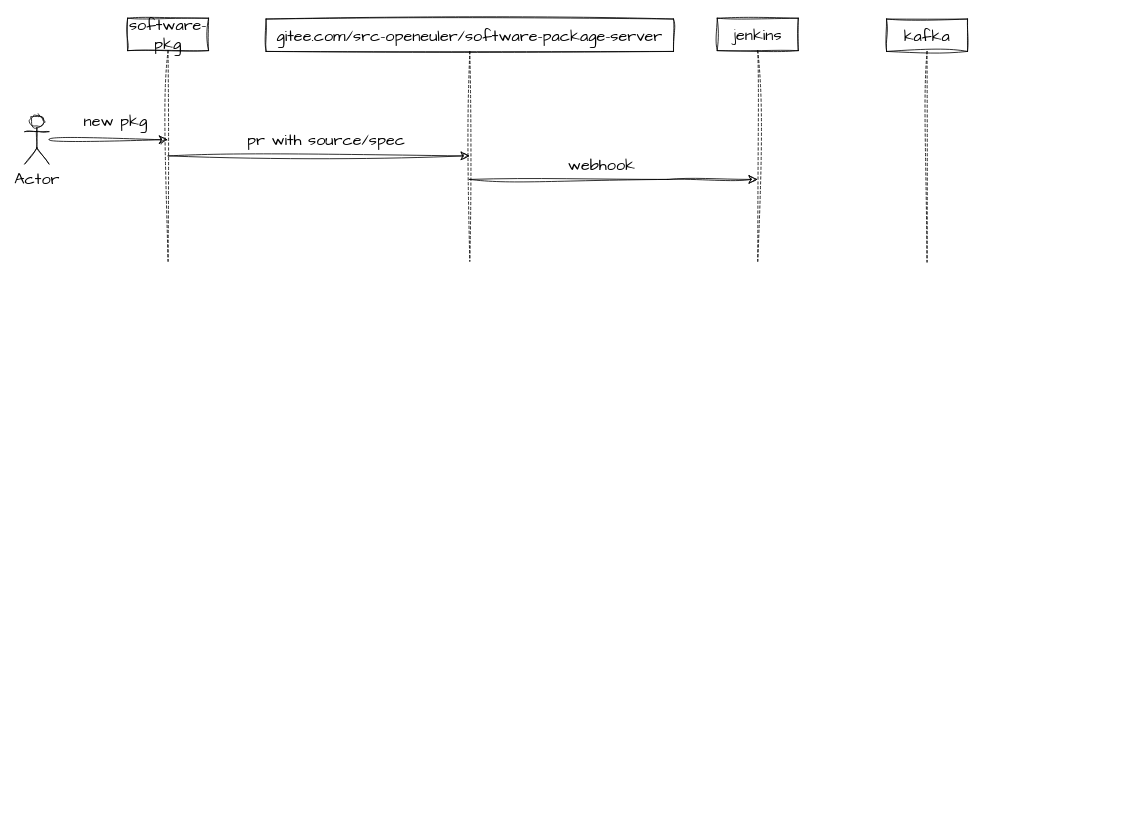
pkking/mydrawio keeps this draw.io diagram as github-CI.drawio. Above is the earlier version. Source tidied: cells renumbered, new cells numbered last; positions are measured from the earlier drawing's top-left corner, leaving out a move shared by most shapes. Both pictures are drawn from the tidied source at 81%, with x=0, y=0 at pixel (24, 18).
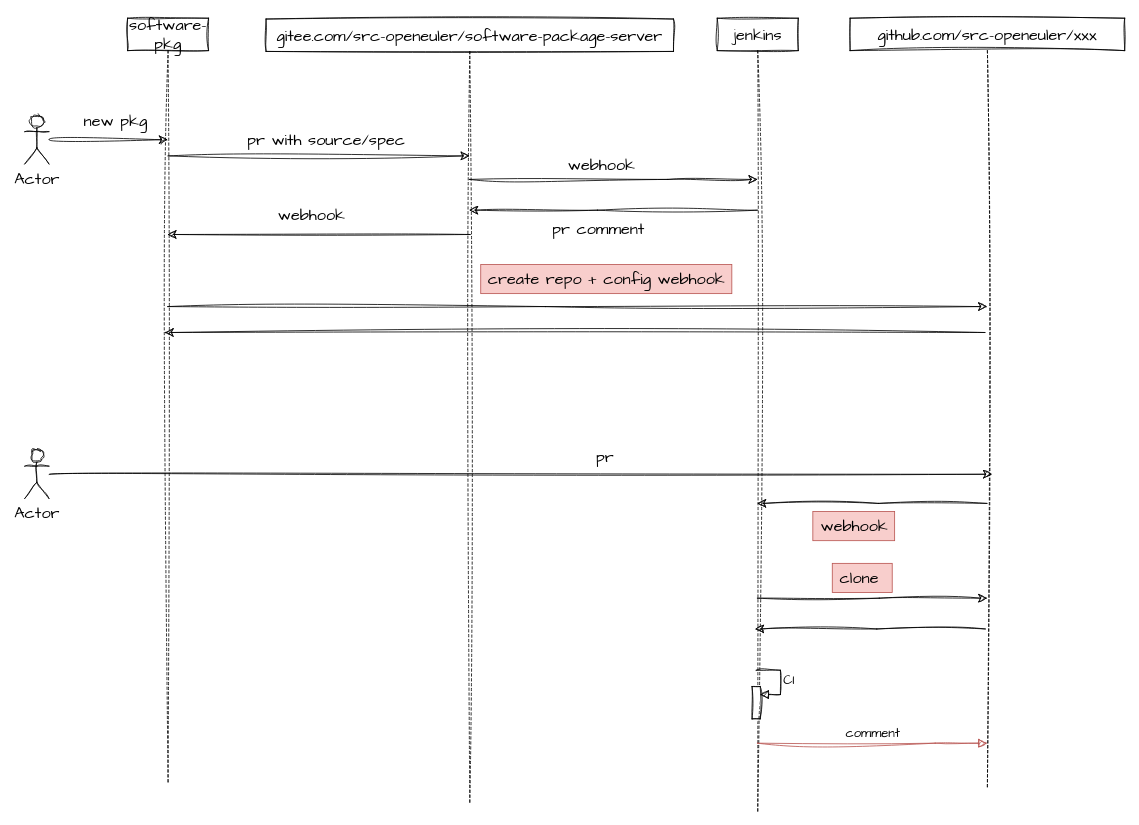
The same page after the edit.

The edit, as a diff of the source:
```diff
@@
+    <mxCell id="13" style="edgeStyle=none;curved=0;rounded=0;sketch=1;hachureGap=4;jiggle=2;curveFitting=1;jettySize=auto;html=1;fontFamily=Architects Daughter;fontSize=16;startSize=8;endSize=8;" parent="1" edge="1" source="5" target="23">
+      <mxGeometry relative="1" as="geometry">
+        <Array as="points">
+          <mxPoint x="643" y="356" />
+        </Array>
+      </mxGeometry>
+    </mxCell>
     <mxCell id="5" value="software-pkg" style="shape=umlLifeline;perimeter=lifelinePerimeter;whiteSpace=wrap;html=1;outlineConnect=0;portConstraint=eastwest;newEdgeStyle={&quot;curved&quot;:0,&quot;rounded&quot;:0};sketch=1;hachureGap=4;jiggle=2;curveFitting=1;fontFamily=Architects Daughter;fontSize=20;" parent="1" vertex="1">
-      <mxGeometry x="127" width="100" height="300" as="geometry" />
+      <mxGeometry x="127" width="100" height="943" as="geometry" />
     </mxCell>
@@
+    <mxCell id="14" style="edgeStyle=none;curved=0;rounded=0;sketch=1;hachureGap=4;jiggle=2;curveFitting=1;jettySize=auto;html=1;fontFamily=Architects Daughter;fontSize=16;startSize=8;endSize=8;" parent="1" edge="1" target="5">
+      <mxGeometry relative="1" as="geometry">
+        <mxPoint x="550" y="267" as="sourcePoint" />
+      </mxGeometry>
+    </mxCell>
     <mxCell id="7" value="gitee.com/src-openeuler/software-package-server" style="shape=umlLifeline;perimeter=lifelinePerimeter;whiteSpace=wrap;html=1;outlineConnect=0;portConstraint=eastwest;newEdgeStyle={&quot;curved&quot;:0,&quot;rounded&quot;:0};sketch=1;hachureGap=4;jiggle=2;curveFitting=1;fontFamily=Architects Daughter;fontSize=20;" parent="1" vertex="1">
-      <mxGeometry x="298" y="1" width="503" height="299" as="geometry" />
+      <mxGeometry x="298" y="1" width="503" height="969" as="geometry" />
     </mxCell>
@@
+    <mxCell id="15" style="edgeStyle=none;curved=0;rounded=0;sketch=1;hachureGap=4;jiggle=2;curveFitting=1;jettySize=auto;html=1;fontFamily=Architects Daughter;fontSize=16;startSize=8;endSize=8;" parent="1" edge="1" source="10" target="7">
+      <mxGeometry relative="1" as="geometry">
+        <Array as="points">
+          <mxPoint x="707" y="237" />
+        </Array>
+      </mxGeometry>
+    </mxCell>
+    <mxCell id="16" style="edgeStyle=none;curved=0;rounded=0;sketch=1;hachureGap=4;jiggle=2;curveFitting=1;jettySize=auto;html=1;fontFamily=Architects Daughter;fontSize=16;startSize=8;endSize=8;" parent="1" edge="1" source="10" target="23">
+      <mxGeometry relative="1" as="geometry">
+        <Array as="points">
+          <mxPoint x="1055" y="716" />
+        </Array>
+      </mxGeometry>
+    </mxCell>
     <mxCell id="10" value="jenkins" style="shape=umlLifeline;perimeter=lifelinePerimeter;whiteSpace=wrap;html=1;outlineConnect=0;portConstraint=eastwest;newEdgeStyle={&quot;curved&quot;:0,&quot;rounded&quot;:0};sketch=1;hachureGap=4;jiggle=2;curveFitting=1;fontFamily=Architects Daughter;fontSize=20;" parent="1" vertex="1">
-      <mxGeometry x="855" width="100" height="300" as="geometry" />
+      <mxGeometry x="855" width="100" height="979" as="geometry" />
     </mxCell>
+    <mxCell id="17" style="html=1;points=[[0,0,0,0,5],[0,1,0,0,-5],[1,0,0,0,5],[1,1,0,0,-5]];perimeter=orthogonalPerimeter;outlineConnect=0;targetShapes=umlLifeline;portConstraint=eastwest;newEdgeStyle={&quot;curved&quot;:0,&quot;rounded&quot;:0};sketch=1;hachureGap=4;jiggle=2;curveFitting=1;fontFamily=Architects Daughter;fontSize=20;" parent="10" vertex="1">
+      <mxGeometry x="43" y="825" width="10" height="40" as="geometry" />
+    </mxCell>
+    <mxCell id="18" value="CI" style="html=1;align=left;spacingLeft=2;endArrow=block;rounded=0;edgeStyle=orthogonalEdgeStyle;curved=0;rounded=0;sketch=1;hachureGap=4;jiggle=2;curveFitting=1;fontFamily=Architects Daughter;fontSize=16;startSize=8;endSize=8;" parent="10" edge="1" target="17">
+      <mxGeometry relative="1" as="geometry">
+        <mxPoint x="48" y="805" as="sourcePoint" />
+        <Array as="points">
+          <mxPoint x="78" y="835" />
+        </Array>
+      </mxGeometry>
+    </mxCell>
@@
-    <mxCell id="12" value="kafka" style="shape=umlLifeline;perimeter=lifelinePerimeter;whiteSpace=wrap;html=1;newEdgeStyle={&quot;curved&quot;:0,&quot;rounded&quot;:0};sketch=1;hachureGap=4;jiggle=2;curveFitting=1;fontFamily=Architects Daughter;fontSize=20;" parent="1" vertex="1">
-      <mxGeometry x="1064" y="1" width="100" height="300" as="geometry" />
-    </mxCell>
+    <mxCell id="19" value="pr comment" style="text;html=1;align=center;verticalAlign=middle;strokeColor=none;fillColor=none;fontSize=20;fontFamily=Architects Daughter;" parent="1" vertex="1">
+      <mxGeometry x="642" y="242" width="132" height="36" as="geometry" />
+    </mxCell>
+    <mxCell id="20" value="webhook" style="text;html=1;align=center;verticalAlign=middle;strokeColor=none;fillColor=none;fontSize=20;fontFamily=Architects Daughter;" parent="1" vertex="1">
+      <mxGeometry x="303" y="224" width="101" height="36" as="geometry" />
+    </mxCell>
+    <mxCell id="21" style="edgeStyle=none;curved=0;rounded=0;sketch=1;hachureGap=4;jiggle=2;curveFitting=1;orthogonalLoop=1;jettySize=auto;html=1;fontFamily=Architects Daughter;fontSize=16;startSize=8;endSize=8;" parent="1" edge="1">
+      <mxGeometry relative="1" as="geometry">
+        <mxPoint x="1185.5" y="388" as="sourcePoint" />
+        <mxPoint x="173" y="388" as="targetPoint" />
+      </mxGeometry>
+    </mxCell>
+    <mxCell id="22" style="edgeStyle=none;curved=0;rounded=0;sketch=1;hachureGap=4;jiggle=2;curveFitting=1;jettySize=auto;html=1;fontFamily=Architects Daughter;fontSize=16;startSize=8;endSize=8;" parent="1" edge="1" source="23" target="10">
+      <mxGeometry relative="1" as="geometry">
+        <Array as="points">
+          <mxPoint x="1054" y="599" />
+        </Array>
+      </mxGeometry>
+    </mxCell>
+    <mxCell id="23" value="github.com/src-openeuler/xxx" style="shape=umlLifeline;perimeter=lifelinePerimeter;whiteSpace=wrap;html=1;outlineConnect=0;portConstraint=eastwest;newEdgeStyle={&quot;curved&quot;:0,&quot;rounded&quot;:0};sketch=1;hachureGap=4;jiggle=2;curveFitting=1;fontFamily=Architects Daughter;fontSize=20;" parent="1" vertex="1">
+      <mxGeometry x="1019" width="339" height="949" as="geometry" />
+    </mxCell>
+    <mxCell id="24" value="create repo + config webhook" style="text;html=1;align=center;verticalAlign=middle;strokeColor=#b85450;fillColor=#f8cecc;fontSize=20;fontFamily=Architects Daughter;" parent="1" vertex="1">
+      <mxGeometry x="563" y="304" width="310" height="36" as="geometry" />
+    </mxCell>
+    <mxCell id="25" style="edgeStyle=none;curved=1;rounded=0;sketch=1;hachureGap=4;jiggle=2;curveFitting=1;jettySize=auto;html=1;fontFamily=Architects Daughter;fontSize=16;startSize=8;endSize=8;" parent="1" edge="1" source="26">
+      <mxGeometry relative="1" as="geometry">
+        <mxPoint x="1194" y="563" as="targetPoint" />
+      </mxGeometry>
+    </mxCell>
+    <mxCell id="26" value="Actor" style="shape=umlActor;verticalLabelPosition=bottom;verticalAlign=top;html=1;outlineConnect=0;sketch=1;hachureGap=4;jiggle=2;curveFitting=1;fontFamily=Architects Daughter;fontSize=20;" parent="1" vertex="1">
+      <mxGeometry y="533" width="30" height="60" as="geometry" />
+    </mxCell>
+    <mxCell id="27" value="pr" style="text;html=1;align=center;verticalAlign=middle;strokeColor=none;fillColor=none;fontSize=20;fontFamily=Architects Daughter;" parent="1" vertex="1">
+      <mxGeometry x="696" y="523" width="40" height="36" as="geometry" />
+    </mxCell>
+    <mxCell id="28" value="webhook" style="text;html=1;align=center;verticalAlign=middle;strokeColor=#b85450;fillColor=#f8cecc;fontSize=20;fontFamily=Architects Daughter;" parent="1" vertex="1">
+      <mxGeometry x="973" y="609" width="101" height="36" as="geometry" />
+    </mxCell>
+    <mxCell id="29" value="clone&amp;nbsp;" style="text;html=1;align=center;verticalAlign=middle;strokeColor=#b85450;fillColor=#f8cecc;fontSize=20;fontFamily=Architects Daughter;" parent="1" vertex="1">
+      <mxGeometry x="997" y="673" width="74" height="36" as="geometry" />
+    </mxCell>
+    <mxCell id="30" style="edgeStyle=none;curved=0;rounded=0;sketch=1;hachureGap=4;jiggle=2;curveFitting=1;orthogonalLoop=1;jettySize=auto;html=1;fontFamily=Architects Daughter;fontSize=16;startSize=8;endSize=8;" parent="1" edge="1">
+      <mxGeometry relative="1" as="geometry">
+        <mxPoint x="1186" y="754" as="sourcePoint" />
+        <mxPoint x="902" y="754" as="targetPoint" />
+        <Array as="points">
+          <mxPoint x="1052" y="754" />
+        </Array>
+      </mxGeometry>
+    </mxCell>
+    <mxCell id="31" value="comment" style="html=1;verticalAlign=bottom;endArrow=block;curved=0;rounded=0;sketch=1;hachureGap=4;jiggle=2;curveFitting=1;fontFamily=Architects Daughter;fontSize=16;startSize=8;endSize=8;fillColor=#f8cecc;strokeColor=#b85450;" parent="1" edge="1" source="10" target="23">
+      <mxGeometry relative="1" as="geometry">
+        <Array as="points">
+          <mxPoint x="1124" y="895" />
+        </Array>
+      </mxGeometry>
+    </mxCell>
```
